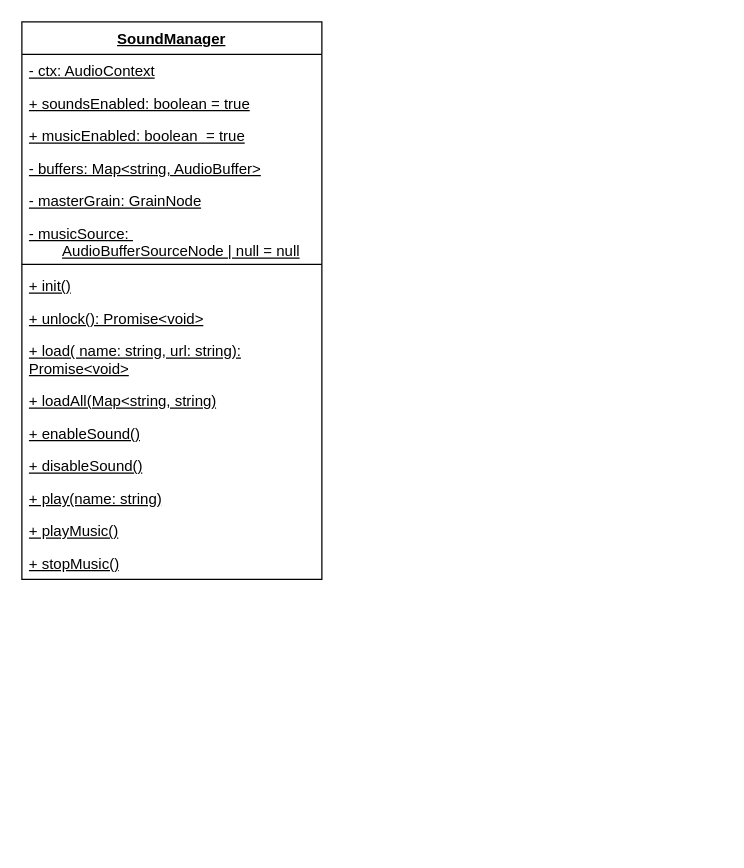
Before: docs/issue/146-diagram.drawio in elma1989/el-pollo-loco, a draw.io diagram. Source tidied: cells renumbered, new cells numbered last; positions are measured from the earlier drawing's top-left corner, leaving out a move shared by most shapes. Both pictures are drawn from the tidied source at 125%, with x=0, y=0 at pixel (21, 21).
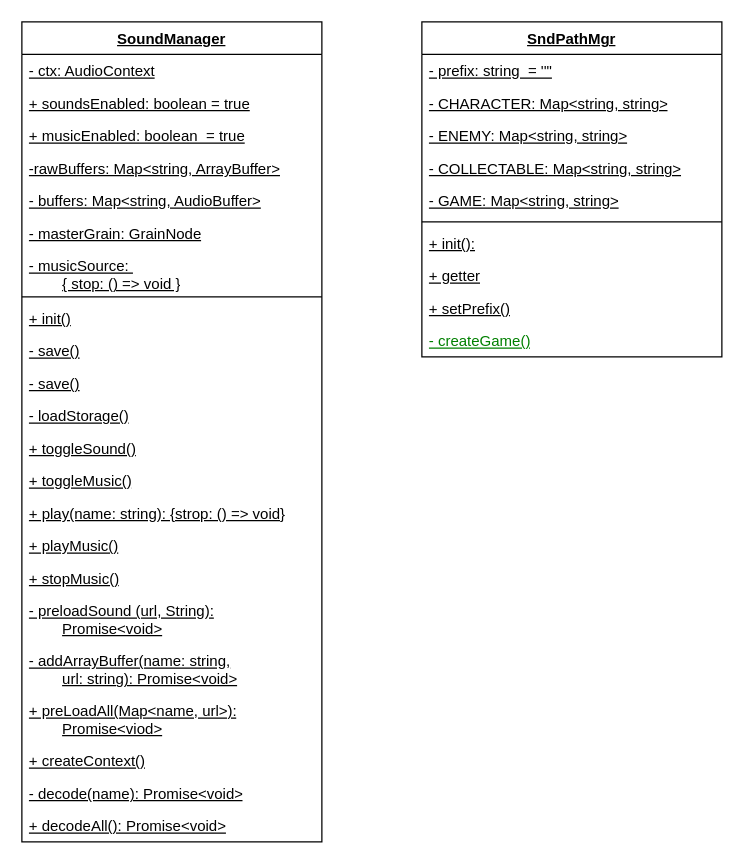
The same page after the edit.

Commit message (it also covers changes not shown here):
doc: Updated classes.drawio - Updated SoundManager to current state

What changed in the source:
```diff
@@
     <mxCell id="2" value="SoundManager" style="swimlane;fontStyle=5;align=center;verticalAlign=top;horizontal=1;startSize=26;whiteSpace=wrap;html=1;" parent="1" vertex="1">
-      <mxGeometry width="240" height="446" as="geometry" />
+      <mxGeometry width="240" height="656" as="geometry" />
     </mxCell>
@@
+    <mxCell id="19" value="-rawBuffers: Map&amp;lt;string, ArrayBuffer&amp;gt;" style="text;strokeColor=none;fillColor=none;align=left;verticalAlign=top;spacingLeft=4;spacingRight=4;overflow=hidden;whiteSpace=wrap;html=1;fontStyle=4;" parent="2" vertex="1">
+      <mxGeometry y="104" width="240" height="26" as="geometry" />
+    </mxCell>
     <mxCell id="6" value="- buffers: Map&amp;lt;string, AudioBuffer&amp;gt;" style="text;strokeColor=none;fillColor=none;align=left;verticalAlign=top;spacingLeft=4;spacingRight=4;overflow=hidden;whiteSpace=wrap;html=1;fontStyle=4;" parent="2" vertex="1">
-      <mxGeometry y="104" width="240" height="26" as="geometry" />
+      <mxGeometry y="130" width="240" height="26" as="geometry" />
     </mxCell>
     <mxCell id="7" value="- masterGrain: GrainNode" style="text;strokeColor=none;fillColor=none;align=left;verticalAlign=top;spacingLeft=4;spacingRight=4;overflow=hidden;whiteSpace=wrap;html=1;fontStyle=4;" parent="2" vertex="1">
-      <mxGeometry y="130" width="240" height="26" as="geometry" />
+      <mxGeometry y="156" width="240" height="26" as="geometry" />
     </mxCell>
-    <mxCell id="8" value="- musicSource:&amp;nbsp;&lt;div&gt;&lt;span style=&quot;white-space: pre;&quot;&gt;&#9;&lt;/span&gt;AudioBufferSourceNode | null = null&lt;/div&gt;" style="text;strokeColor=none;fillColor=none;align=left;verticalAlign=top;spacingLeft=4;spacingRight=4;overflow=hidden;whiteSpace=wrap;html=1;fontStyle=4;" parent="2" vertex="1">
-      <mxGeometry y="156" width="240" height="34" as="geometry" />
+    <mxCell id="8" value="- musicSource:&amp;nbsp;&lt;div&gt;&lt;span style=&quot;white-space: pre;&quot;&gt;&#9;&lt;/span&gt;{ stop: () =&amp;gt; void }&lt;/div&gt;" style="text;strokeColor=none;fillColor=none;align=left;verticalAlign=top;spacingLeft=4;spacingRight=4;overflow=hidden;whiteSpace=wrap;html=1;fontStyle=4;" parent="2" vertex="1">
+      <mxGeometry y="182" width="240" height="34" as="geometry" />
     </mxCell>
     <mxCell id="9" style="line;strokeWidth=1;fillColor=none;align=left;verticalAlign=middle;spacingTop=-1;spacingLeft=3;spacingRight=3;labelPosition=right;strokeColor=inherit;" parent="2" vertex="1">
-      <mxGeometry y="190" width="240" height="8" as="geometry" />
+      <mxGeometry y="216" width="240" height="8" as="geometry" />
     </mxCell>
     <mxCell id="10" value="+ init()" style="text;strokeColor=none;fillColor=none;align=left;verticalAlign=top;spacingLeft=4;spacingRight=4;overflow=hidden;whiteSpace=wrap;html=1;fontStyle=4;" parent="2" vertex="1">
-      <mxGeometry y="198" width="240" height="26" as="geometry" />
+      <mxGeometry y="224" width="240" height="26" as="geometry" />
     </mxCell>
-    <mxCell id="11" value="+ unlock(): Promise&amp;lt;void&amp;gt;" style="text;strokeColor=none;fillColor=none;align=left;verticalAlign=top;spacingLeft=4;spacingRight=4;overflow=hidden;whiteSpace=wrap;html=1;fontStyle=4;" parent="2" vertex="1">
-      <mxGeometry y="224" width="240" height="26" as="geometry" />
+    <mxCell id="11" value="- save()" style="text;strokeColor=none;fillColor=none;align=left;verticalAlign=top;spacingLeft=4;spacingRight=4;overflow=hidden;whiteSpace=wrap;html=1;fontStyle=4;" parent="2" vertex="1">
+      <mxGeometry y="250" width="240" height="26" as="geometry" />
     </mxCell>
-    <mxCell id="12" value="+ load( name: string, url: string): Promise&amp;lt;void&amp;gt;" style="text;strokeColor=none;fillColor=none;align=left;verticalAlign=top;spacingLeft=4;spacingRight=4;overflow=hidden;whiteSpace=wrap;html=1;fontStyle=4;" parent="2" vertex="1">
-      <mxGeometry y="250" width="240" height="40" as="geometry" />
-    </mxCell>
-    <mxCell id="13" value="+ loadAll(Map&amp;lt;string, string)" style="text;strokeColor=none;fillColor=none;align=left;verticalAlign=top;spacingLeft=4;spacingRight=4;overflow=hidden;whiteSpace=wrap;html=1;fontStyle=4;" parent="2" vertex="1">
-      <mxGeometry y="290" width="240" height="26" as="geometry" />
-    </mxCell>
-    <mxCell id="14" value="+ enableSound()" style="text;strokeColor=none;fillColor=none;align=left;verticalAlign=top;spacingLeft=4;spacingRight=4;overflow=hidden;whiteSpace=wrap;html=1;fontStyle=4;" parent="2" vertex="1">
-      <mxGeometry y="316" width="240" height="26" as="geometry" />
-    </mxCell>
-    <mxCell id="15" value="+ disableSound()" style="text;strokeColor=none;fillColor=none;align=left;verticalAlign=top;spacingLeft=4;spacingRight=4;overflow=hidden;whiteSpace=wrap;html=1;fontStyle=4;" parent="2" vertex="1">
-      <mxGeometry y="342" width="240" height="26" as="geometry" />
-    </mxCell>
+    <mxCell id="20" value="- save()" style="text;strokeColor=none;fillColor=none;align=left;verticalAlign=top;spacingLeft=4;spacingRight=4;overflow=hidden;whiteSpace=wrap;html=1;fontStyle=4;" parent="2" vertex="1">
+      <mxGeometry y="276" width="240" height="26" as="geometry" />
+    </mxCell>
+    <mxCell id="21" value="- loadStorage()" style="text;strokeColor=none;fillColor=none;align=left;verticalAlign=top;spacingLeft=4;spacingRight=4;overflow=hidden;whiteSpace=wrap;html=1;fontStyle=4;" parent="2" vertex="1">
+      <mxGeometry y="302" width="240" height="26" as="geometry" />
+    </mxCell>
+    <mxCell id="22" value="+ toggleSound()" style="text;strokeColor=none;fillColor=none;align=left;verticalAlign=top;spacingLeft=4;spacingRight=4;overflow=hidden;whiteSpace=wrap;html=1;fontStyle=4;" parent="2" vertex="1">
+      <mxGeometry y="328" width="240" height="26" as="geometry" />
+    </mxCell>
+    <mxCell id="23" value="+ toggleMusic()" style="text;strokeColor=none;fillColor=none;align=left;verticalAlign=top;spacingLeft=4;spacingRight=4;overflow=hidden;whiteSpace=wrap;html=1;fontStyle=4;" parent="2" vertex="1">
+      <mxGeometry y="354" width="240" height="26" as="geometry" />
+    </mxCell>
-    <mxCell id="16" value="+ play(name: string)" style="text;strokeColor=none;fillColor=none;align=left;verticalAlign=top;spacingLeft=4;spacingRight=4;overflow=hidden;whiteSpace=wrap;html=1;fontStyle=4;" parent="2" vertex="1">
-      <mxGeometry y="368" width="240" height="26" as="geometry" />
+    <mxCell id="16" value="+ play(name: string): {strop: () =&amp;gt; void}" style="text;strokeColor=none;fillColor=none;align=left;verticalAlign=top;spacingLeft=4;spacingRight=4;overflow=hidden;whiteSpace=wrap;html=1;fontStyle=4;" parent="2" vertex="1">
+      <mxGeometry y="380" width="240" height="26" as="geometry" />
     </mxCell>
     <mxCell id="17" value="+ playMusic()" style="text;strokeColor=none;fillColor=none;align=left;verticalAlign=top;spacingLeft=4;spacingRight=4;overflow=hidden;whiteSpace=wrap;html=1;fontStyle=4;" parent="2" vertex="1">
-      <mxGeometry y="394" width="240" height="26" as="geometry" />
+      <mxGeometry y="406" width="240" height="26" as="geometry" />
     </mxCell>
     <mxCell id="18" value="+ stopMusic()" style="text;strokeColor=none;fillColor=none;align=left;verticalAlign=top;spacingLeft=4;spacingRight=4;overflow=hidden;whiteSpace=wrap;html=1;fontStyle=4;" parent="2" vertex="1">
-      <mxGeometry y="420" width="240" height="26" as="geometry" />
+      <mxGeometry y="432" width="240" height="26" as="geometry" />
     </mxCell>
+    <mxCell id="24" value="- preloadSound (url, String): &lt;span style=&quot;white-space: pre;&quot;&gt;&#9;&lt;/span&gt;Promise&amp;lt;void&amp;gt;" style="text;strokeColor=none;fillColor=none;align=left;verticalAlign=top;spacingLeft=4;spacingRight=4;overflow=hidden;whiteSpace=wrap;html=1;fontStyle=4;" parent="2" vertex="1">
+      <mxGeometry y="458" width="240" height="40" as="geometry" />
+    </mxCell>
+    <mxCell id="25" value="- addArrayBuffer(name: string,&lt;div&gt;&lt;span style=&quot;white-space: pre;&quot;&gt;&#9;&lt;/span&gt;url: string): Promise&amp;lt;void&amp;gt;&lt;/div&gt;" style="text;strokeColor=none;fillColor=none;align=left;verticalAlign=top;spacingLeft=4;spacingRight=4;overflow=hidden;whiteSpace=wrap;html=1;fontStyle=4;" parent="2" vertex="1">
+      <mxGeometry y="498" width="240" height="40" as="geometry" />
+    </mxCell>
+    <mxCell id="26" value="+ preLoadAll(Map&amp;lt;name, url&amp;gt;):&lt;div&gt;&lt;span style=&quot;white-space: pre;&quot;&gt;&#9;&lt;/span&gt;Promise&amp;lt;viod&amp;gt;&lt;br&gt;&lt;/div&gt;" style="text;strokeColor=none;fillColor=none;align=left;verticalAlign=top;spacingLeft=4;spacingRight=4;overflow=hidden;whiteSpace=wrap;html=1;fontStyle=4;" parent="2" vertex="1">
+      <mxGeometry y="538" width="240" height="40" as="geometry" />
+    </mxCell>
+    <mxCell id="13" value="+ createContext()" style="text;strokeColor=none;fillColor=none;align=left;verticalAlign=top;spacingLeft=4;spacingRight=4;overflow=hidden;whiteSpace=wrap;html=1;fontStyle=4;" parent="2" vertex="1">
+      <mxGeometry y="578" width="240" height="26" as="geometry" />
+    </mxCell>
+    <mxCell id="27" value="- decode(name): Promise&amp;lt;void&amp;gt;" style="text;strokeColor=none;fillColor=none;align=left;verticalAlign=top;spacingLeft=4;spacingRight=4;overflow=hidden;whiteSpace=wrap;html=1;fontStyle=4;" parent="2" vertex="1">
+      <mxGeometry y="604" width="240" height="26" as="geometry" />
+    </mxCell>
+    <mxCell id="28" value="+ decodeAll(): Promise&amp;lt;void&amp;gt;" style="text;strokeColor=none;fillColor=none;align=left;verticalAlign=top;spacingLeft=4;spacingRight=4;overflow=hidden;whiteSpace=wrap;html=1;fontStyle=4;" parent="2" vertex="1">
+      <mxGeometry y="630" width="240" height="26" as="geometry" />
+    </mxCell>
+    <mxCell id="29" value="SndPathMgr" style="swimlane;fontStyle=5;align=center;verticalAlign=top;horizontal=1;startSize=26;whiteSpace=wrap;html=1;" parent="1" vertex="1">
+      <mxGeometry x="320" width="240" height="268" as="geometry" />
+    </mxCell>
+    <mxCell id="30" value="- prefix: string&amp;nbsp; = ''&quot;" style="text;strokeColor=none;fillColor=none;align=left;verticalAlign=top;spacingLeft=4;spacingRight=4;overflow=hidden;whiteSpace=wrap;html=1;fontStyle=4;" parent="29" vertex="1">
+      <mxGeometry y="26" width="240" height="26" as="geometry" />
+    </mxCell>
+    <mxCell id="31" value="- CHARACTER: Map&amp;lt;string, string&amp;gt;" style="text;strokeColor=none;fillColor=none;align=left;verticalAlign=top;spacingLeft=4;spacingRight=4;overflow=hidden;whiteSpace=wrap;html=1;fontStyle=4;" parent="29" vertex="1">
+      <mxGeometry y="52" width="240" height="26" as="geometry" />
+    </mxCell>
+    <mxCell id="32" value="- ENEMY: Map&amp;lt;string, string&amp;gt;" style="text;strokeColor=none;fillColor=none;align=left;verticalAlign=top;spacingLeft=4;spacingRight=4;overflow=hidden;whiteSpace=wrap;html=1;fontStyle=4;" parent="29" vertex="1">
+      <mxGeometry y="78" width="240" height="26" as="geometry" />
+    </mxCell>
+    <mxCell id="33" value="- COLLECTABLE: Map&amp;lt;string, string&amp;gt;" style="text;strokeColor=none;fillColor=none;align=left;verticalAlign=top;spacingLeft=4;spacingRight=4;overflow=hidden;whiteSpace=wrap;html=1;fontStyle=4;" parent="29" vertex="1">
+      <mxGeometry y="104" width="240" height="26" as="geometry" />
+    </mxCell>
+    <mxCell id="34" value="- GAME: Map&amp;lt;string, string&amp;gt;" style="text;strokeColor=none;fillColor=none;align=left;verticalAlign=top;spacingLeft=4;spacingRight=4;overflow=hidden;whiteSpace=wrap;html=1;fontStyle=4;" parent="29" vertex="1">
+      <mxGeometry y="130" width="240" height="26" as="geometry" />
+    </mxCell>
+    <mxCell id="35" style="line;strokeWidth=1;fillColor=none;align=left;verticalAlign=middle;spacingTop=-1;spacingLeft=3;spacingRight=3;labelPosition=right;strokeColor=inherit;" parent="29" vertex="1">
+      <mxGeometry y="156" width="240" height="8" as="geometry" />
+    </mxCell>
+    <mxCell id="36" value="+ init():" style="text;strokeColor=none;fillColor=none;align=left;verticalAlign=top;spacingLeft=4;spacingRight=4;overflow=hidden;whiteSpace=wrap;html=1;fontStyle=4;" parent="29" vertex="1">
+      <mxGeometry y="164" width="240" height="26" as="geometry" />
+    </mxCell>
+    <mxCell id="37" value="+ getter" style="text;strokeColor=none;fillColor=none;align=left;verticalAlign=top;spacingLeft=4;spacingRight=4;overflow=hidden;whiteSpace=wrap;html=1;fontStyle=4;" parent="29" vertex="1">
+      <mxGeometry y="190" width="240" height="26" as="geometry" />
+    </mxCell>
+    <mxCell id="38" value="+ setPrefix()" style="text;strokeColor=none;fillColor=none;align=left;verticalAlign=top;spacingLeft=4;spacingRight=4;overflow=hidden;whiteSpace=wrap;html=1;fontStyle=4;" parent="29" vertex="1">
+      <mxGeometry y="216" width="240" height="26" as="geometry" />
+    </mxCell>
+    <mxCell id="39" value="- createGame()" style="text;strokeColor=none;fillColor=none;align=left;verticalAlign=top;spacingLeft=4;spacingRight=4;overflow=hidden;whiteSpace=wrap;html=1;fontStyle=4;fontColor=light-dark(#008000,#80FF80);" parent="29" vertex="1">
+      <mxGeometry y="242" width="240" height="26" as="geometry" />
+    </mxCell>
```
